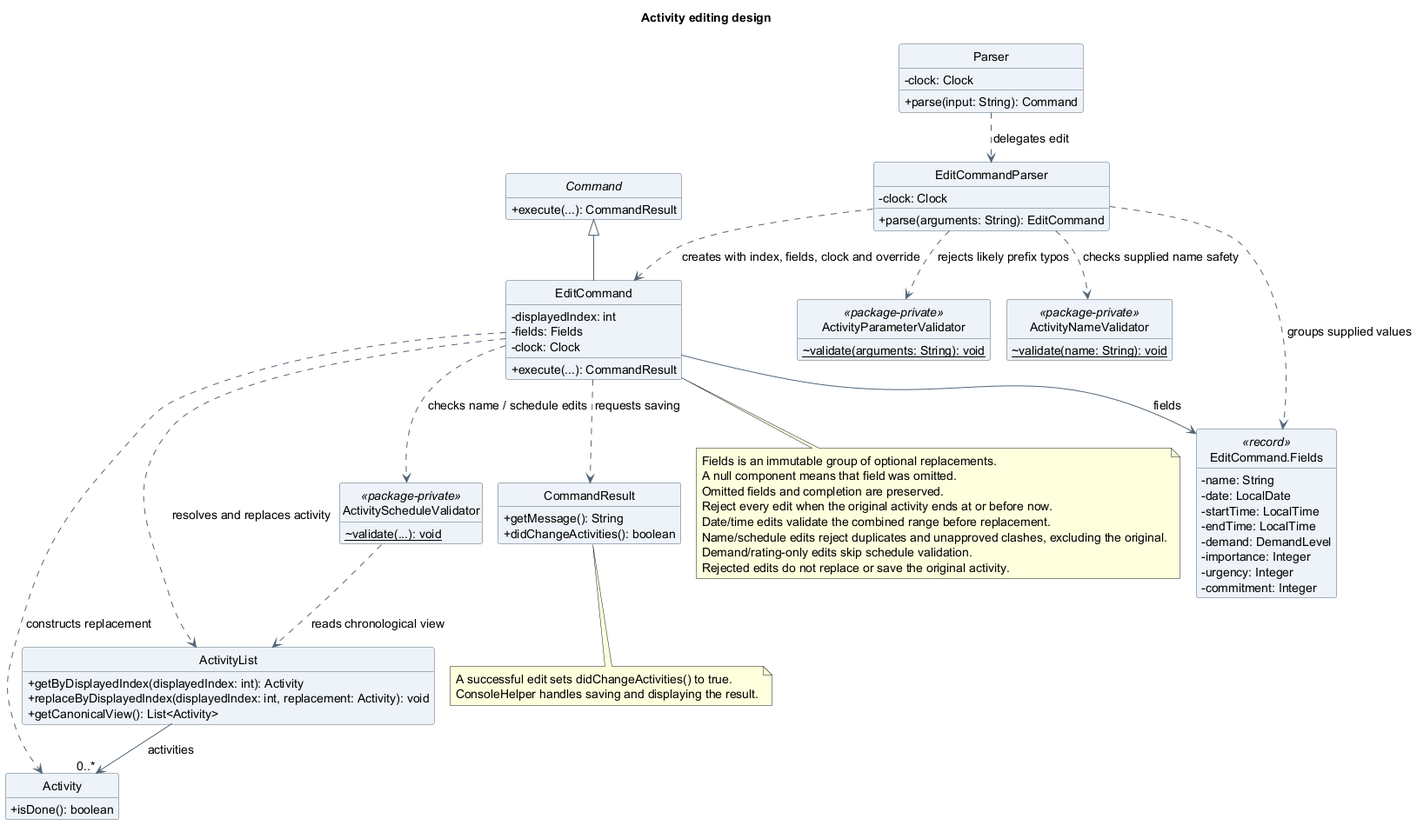
The PlantUML diagram docs/images/oliver/class/EditActivityClassDiagram.png in AY2627S1-CS2113-T10-4/tp, before a commit.
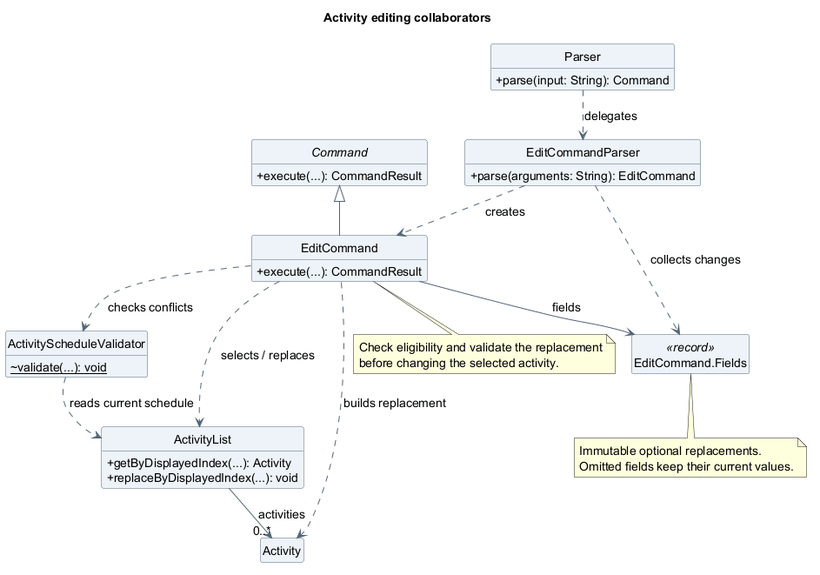
The same diagram one commit later.

What changed in the source:
```diff
@@ -1,6 +1,6 @@
 @startuml
 !pragma layout smetana
-title Activity editing design
+title Activity editing collaborators
 skinparam backgroundColor white
 skinparam shadowing false
 skinparam defaultFontName SansSerif
@@ -16,77 +16,40 @@
   +execute(...): CommandResult
 }
 class Parser {
-  -clock: Clock
   +parse(input: String): Command
 }
 class EditCommandParser {
-  -clock: Clock
   +parse(arguments: String): EditCommand
 }
 class EditCommand {
-  -displayedIndex: int
-  -fields: Fields
-  -clock: Clock
   +execute(...): CommandResult
 }
-class "EditCommand.Fields" as EditFields <<record>> {
-  -name: String
-  -date: LocalDate
-  -startTime: LocalTime
-  -endTime: LocalTime
-  -demand: DemandLevel
-  -importance: Integer
-  -urgency: Integer
-  -commitment: Integer
-}
-class ActivityParameterValidator <<package-private>> {
-  {static} ~validate(arguments: String): void
-}
-class ActivityNameValidator <<package-private>> {
-  {static} ~validate(name: String): void
-}
-class ActivityScheduleValidator <<package-private>> {
+class "EditCommand.Fields" as EditFields <<record>>
+class ActivityScheduleValidator {
   {static} ~validate(...): void
 }
 class ActivityList {
-  +getByDisplayedIndex(displayedIndex: int): Activity
-  +replaceByDisplayedIndex(displayedIndex: int, replacement: Activity): void
-  +getCanonicalView(): List<Activity>
+  +getByDisplayedIndex(...): Activity
+  +replaceByDisplayedIndex(...): void
 }
-class Activity {
-  +isDone(): boolean
-}
-class CommandResult {
-  +getMessage(): String
-  +didChangeActivities(): boolean
-}
+class Activity
 
 Command <|-- EditCommand
-Parser ..> EditCommandParser : delegates edit
-EditCommandParser ..> EditCommand : creates with index, fields, clock and override
-EditCommandParser ..> EditFields : groups supplied values
+Parser ..> EditCommandParser : delegates
+EditCommandParser ..> EditCommand : creates
+EditCommandParser ..> EditFields : collects changes
 EditCommand --> EditFields : fields
-EditCommandParser ..> ActivityNameValidator : checks supplied name safety
-EditCommandParser ..> ActivityParameterValidator : rejects likely prefix typos
-EditCommand ..> ActivityScheduleValidator : checks name / schedule edits
-ActivityScheduleValidator ..> ActivityList : reads chronological view
-EditCommand ..> ActivityList : resolves and replaces activity
-EditCommand ..> Activity : constructs replacement
-EditCommand ..> CommandResult : requests saving
+EditCommand ..> ActivityScheduleValidator : checks conflicts
+EditCommand ..> ActivityList : selects / replaces
+EditCommand ..> Activity : builds replacement
+ActivityScheduleValidator ..> ActivityList : reads current schedule
 ActivityList --> "0..*" Activity : activities
-
+note bottom of EditFields
+  Immutable optional replacements.
+  Omitted fields keep their current values.
+end note
 note bottom of EditCommand
-  Fields is an immutable group of optional replacements.
-  A null component means that field was omitted.
-  Omitted fields and completion are preserved.
-  Reject every edit when the original activity ends at or before now.
-  Date/time edits validate the combined range before replacement.
-  Name/schedule edits reject duplicates and unapproved clashes, excluding the original.
-  Demand/rating-only edits skip schedule validation.
-  Rejected edits do not replace or save the original activity.
-end note
-note bottom of CommandResult
-  A successful edit sets didChangeActivities() to true.
-  ConsoleHelper handles saving and displaying the result.
+  Check eligibility and validate the replacement
+  before changing the selected activity.
 end note
 @enduml
```
